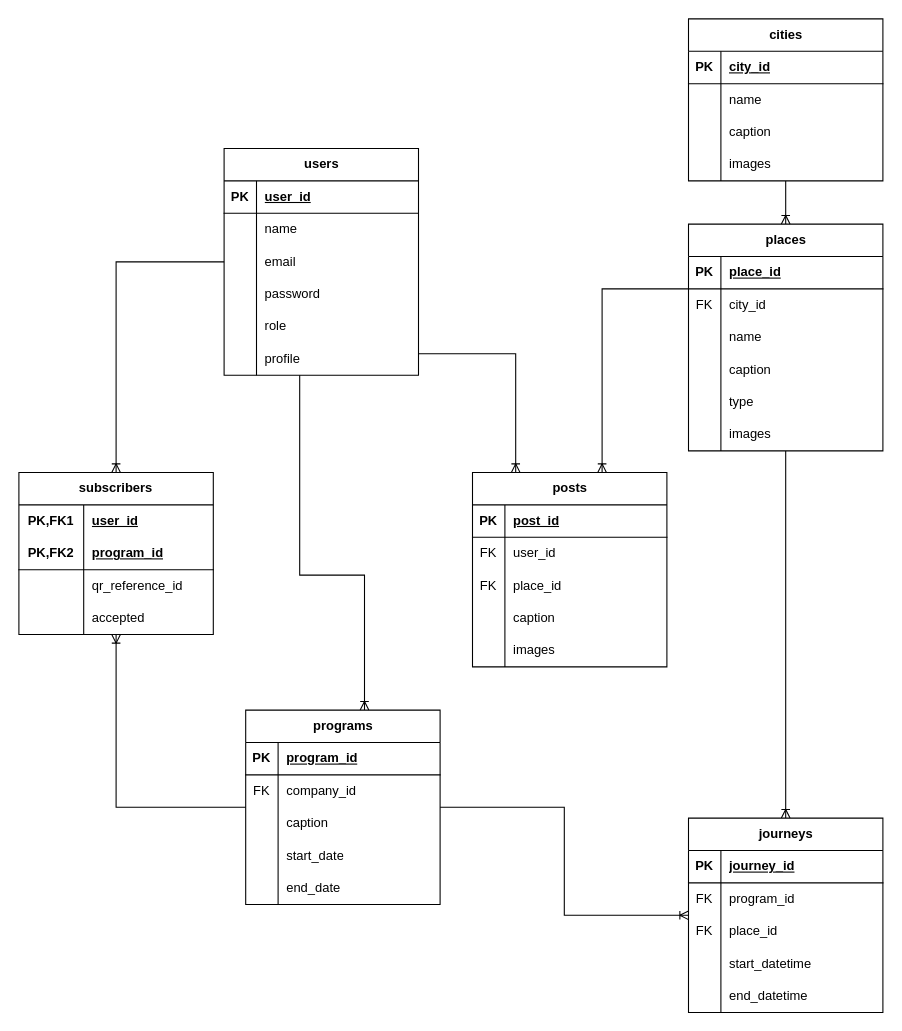
hemozeetah/journi keeps this draw.io diagram as journi.drawio. Above is the earlier version. Source tidied: cells renumbered, new cells numbered last; positions are measured from the earlier drawing's top-left corner, leaving out a move shared by most shapes. Both pictures are drawn from the tidied source at 108%, with x=0, y=0 at pixel (18, 18).
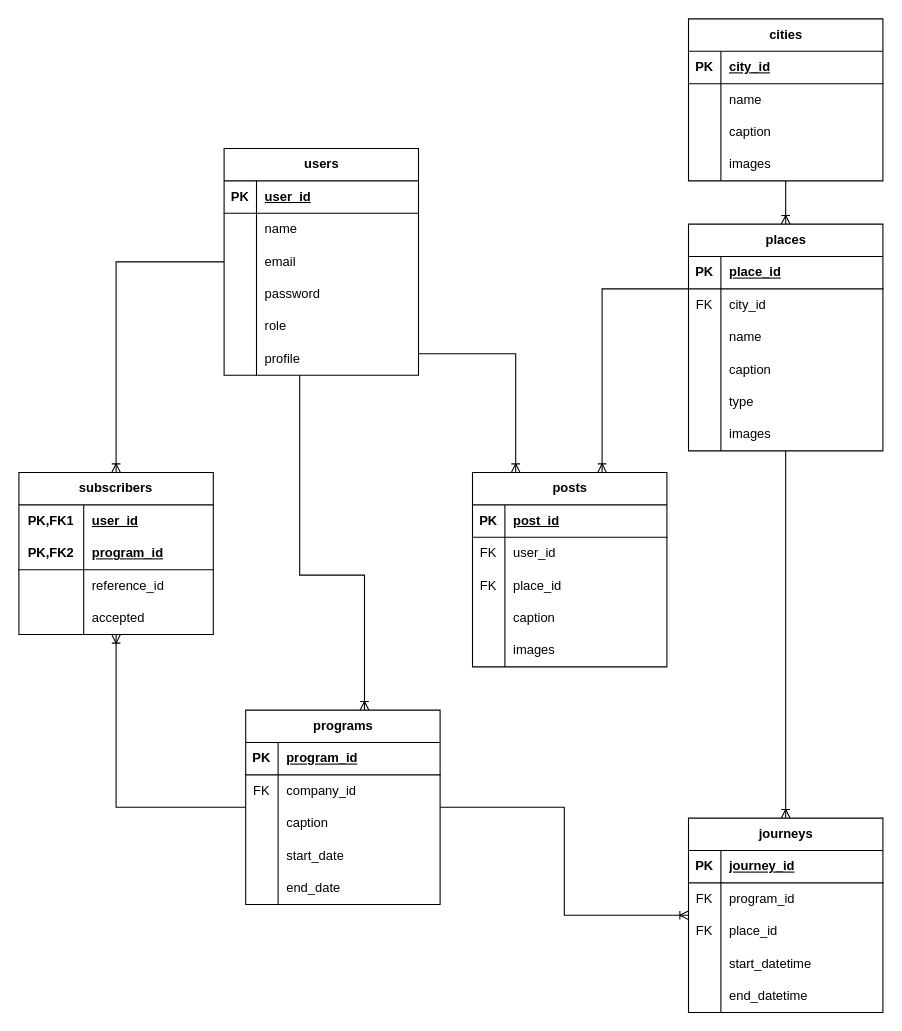
The same page after the edit.

The change refers to these unchanged cells:
```xml
<mxCell id="92" style="shape=tableRow;horizontal=0;startSize=0;swimlaneHead=0;swimlaneBody=0;fillColor=none;top=0;left=0;right=0;bottom=0;" parent="85" vertex="1">
  <mxGeometry y="90" width="180" height="30" as="geometry" />
</mxCell>
```

Change to the diagram source:
```diff
@@
-    <mxCell id="94" value="qr_reference_id" style="shape=partialRectangle;fillColor=none;top=0;left=0;bottom=0;right=0;align=left;spacingLeft=6;overflow=hidden;whiteSpace=wrap;html=1;" parent="92" vertex="1">
+    <mxCell id="94" value="reference_id" style="shape=partialRectangle;fillColor=none;top=0;left=0;bottom=0;right=0;align=left;spacingLeft=6;overflow=hidden;whiteSpace=wrap;html=1;" parent="92" vertex="1">
       <mxGeometry x="60" width="120" height="30" as="geometry" />
     </mxCell>
```
